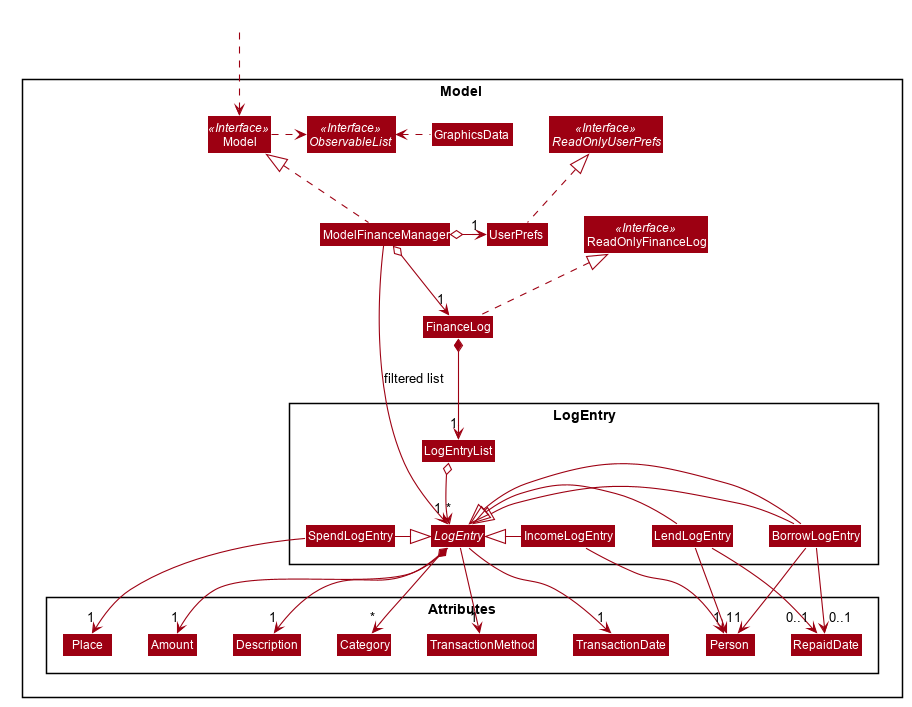
This is docs/images/FinanceModelClassDiagram.png from nus-cs2103-AY1920S1/addressbook-level3, a PlantUML export, as it was before one commit. Its diagram source:
```plantuml
@startuml








skinparam BackgroundColor #FFFFFFF

skinparam Shadowing false

skinparam Class {
    FontColor #FFFFFF
    BorderThickness 1
    BorderColor #FFFFFF
    StereotypeFontColor #FFFFFF
    FontName Arial
}

skinparam Actor {
    BorderColor #000000
    Color #000000
    FontName Arial
}

skinparam Sequence {
    MessageAlign center
    BoxFontSize 15
    BoxPadding 0
    BoxFontColor #FFFFFF
    FontName Arial
}

skinparam Participant {
    FontColor #FFFFFFF
    Padding 20
}

skinparam MinClassWidth 50
skinparam ParticipantPadding 10
skinparam Shadowing false
skinparam DefaultTextAlignment center
skinparam packageStyle Rectangle

hide footbox
hide members
hide circle
skinparam arrowThickness 1.1
skinparam arrowColor #9D0012
skinparam classBackgroundColor #9D0012

Package Model <<Rectangle>>{
Interface ReadOnlyFinanceLog <<Interface>>
Interface Model <<Interface>>
Interface ObservableList <<Interface>>
Interface ReadOnlyUserPrefs <<Interface>>
Class FinanceLog
Class GraphicsData
Class Model
Class ModelFinanceManager
Class ReadOnlyFinanceLog
Class UserPrefs

Package LogEntry {
Abstract Class LogEntry
Class BorrowLogEntry
Class IncomeLogEntry
Class LendLogEntry
Class SpendLogEntry
Class LogEntryList
}

Package Attributes {
Class Amount
Class Category
Class Description
Class Person
Class Place
Class RepaidDate
Class TransactionDate
Class TransactionMethod
}
}

Class HiddenOutside #FFFFFF
HiddenOutside ..> Model

FinanceLog .up.|> ReadOnlyFinanceLog
ModelFinanceManager -[hidden]right-> ReadOnlyFinanceLog


ModelFinanceManager .up.|> Model
Model .right.> ObservableList
GraphicsData .left.> ObservableList
ModelFinanceManager o--> "1" FinanceLog
ModelFinanceManager o-right-> "1" UserPrefs
UserPrefs .up.|> ReadOnlyUserPrefs

FinanceLog *--> "1" LogEntryList
LogEntryList o--> "*" LogEntry
BorrowLogEntry -up-|> LogEntry
IncomeLogEntry -right-|> LogEntry
LendLogEntry -right-|> LogEntry
BorrowLogEntry -right-|> LogEntry
SpendLogEntry -right-|> LogEntry
LogEntry *--> "*" Category
LogEntry --> "1" Amount
LogEntry --> "1" Description
LogEntry --> "1" TransactionDate
LogEntry --> "1" TransactionMethod
SpendLogEntry --> "1" Place
BorrowLogEntry --> "1" Person
LendLogEntry --> "1" Person
IncomeLogEntry --> "1" Person
BorrowLogEntry --> "0..1" RepaidDate
LendLogEntry --> "0..1" RepaidDate

LogEntryList -[hidden]down-> LogEntry

LendLogEntry -[hidden]left-> BorrowLogEntry
BorrowLogEntry -[hidden]left-> IncomeLogEntry
IncomeLogEntry -[hidden]right-> SpendLogEntry

Person -[hidden]right-> Category
RepaidDate -[hidden]right-> Category
TransactionMethod -[hidden]right-> Category
TransactionDate -[hidden]right-> Category
Amount -[hidden]right-> Category

ModelFinanceManager -down->"1" LogEntry : filtered list
@enduml
```
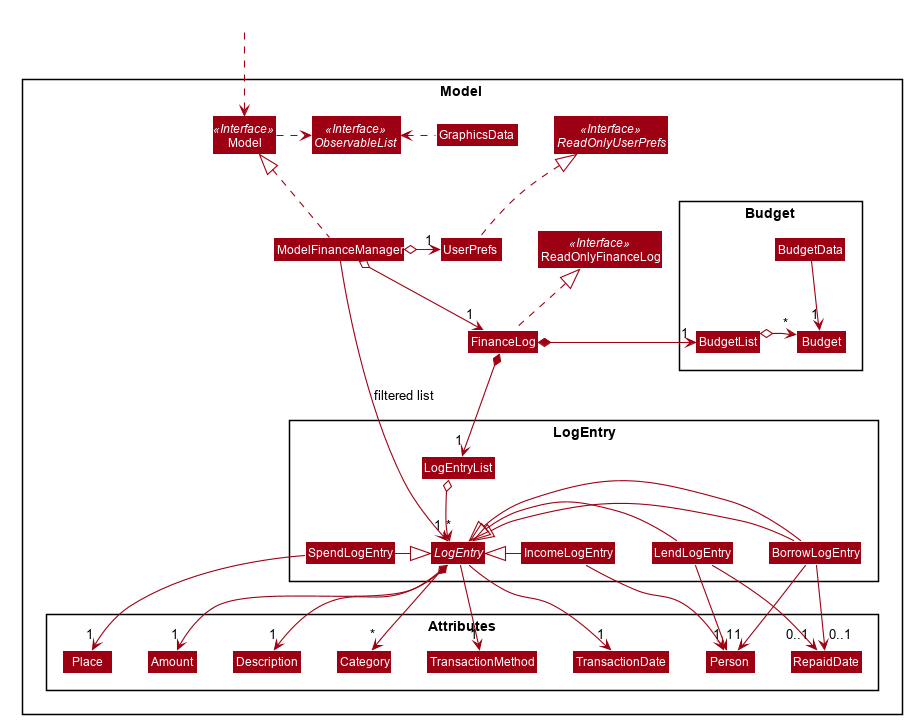
Later version of the same file.

Change to the diagram source:
```diff
@@ -72,6 +72,12 @@
 Class LogEntryList
 }
 
+Package Budget {
+Class Budget
+Class BudgetData
+Class BudgetList
+}
+
 Package Attributes {
 Class Amount
 Class Category
@@ -130,4 +136,13 @@
 Amount -[hidden]right-> Category
 
 ModelFinanceManager -down->"1" LogEntry : filtered list
+
+FinanceLog *-left-> "1" BudgetList
+BudgetList -[hidden]right-> Budget
+BudgetList -[hidden]right-> Budget
+BudgetList o--> "*" Budget
+BudgetData --> "1" Budget
+
+
+
 @enduml
```
